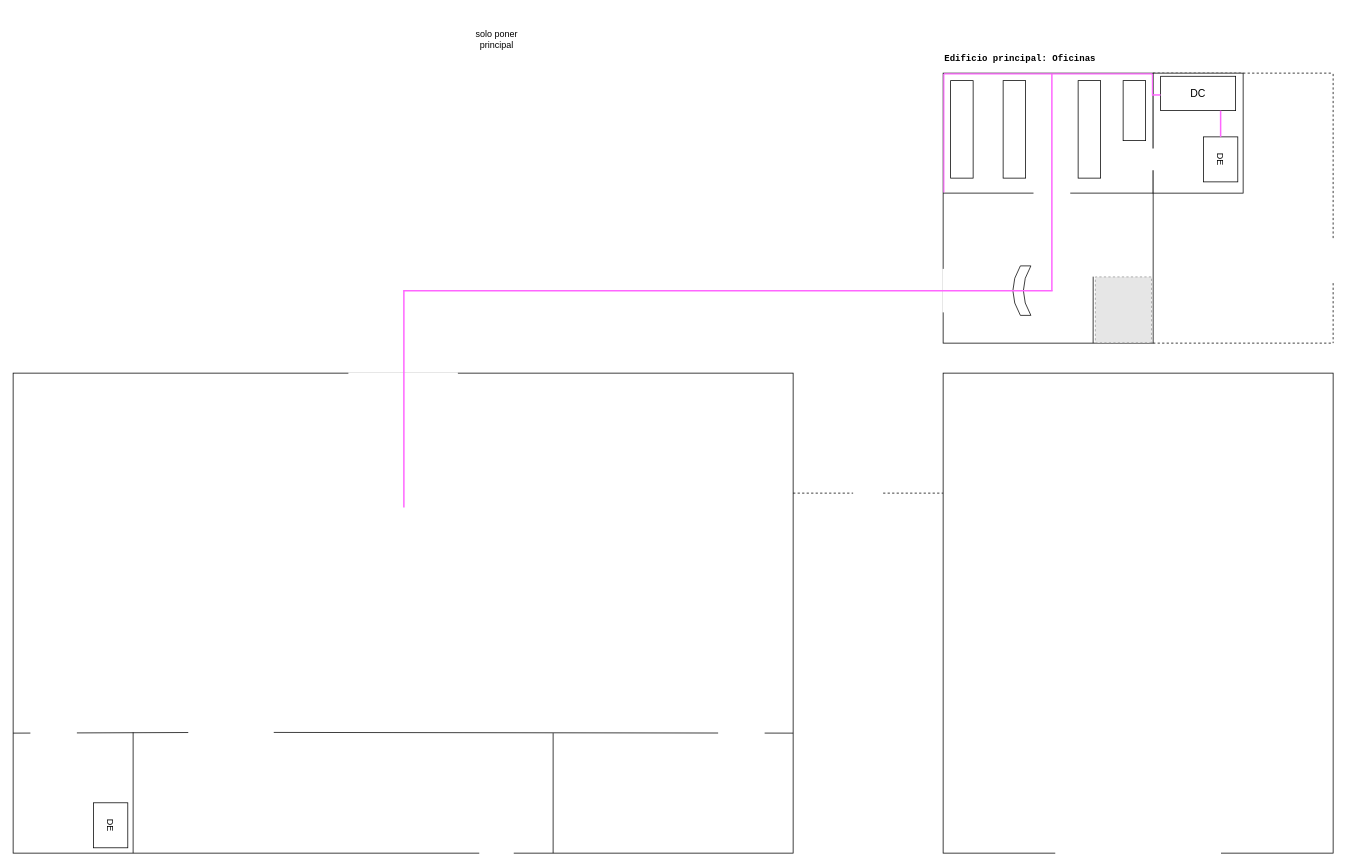
The draw.io diagram SMRL_Plano_General_Campus.drawio in cnrxad/smrl-draw.io, before the edit. Source tidied: cells renumbered, new cells numbered last; positions are measured from the earlier drawing's top-left corner, leaving out a move shared by most shapes. Both pictures are drawn from the tidied source at 75%, with x=0, y=0 at pixel (13, 28). Pictures stored in the file or linked from it are replaced by grey dashed boxes.
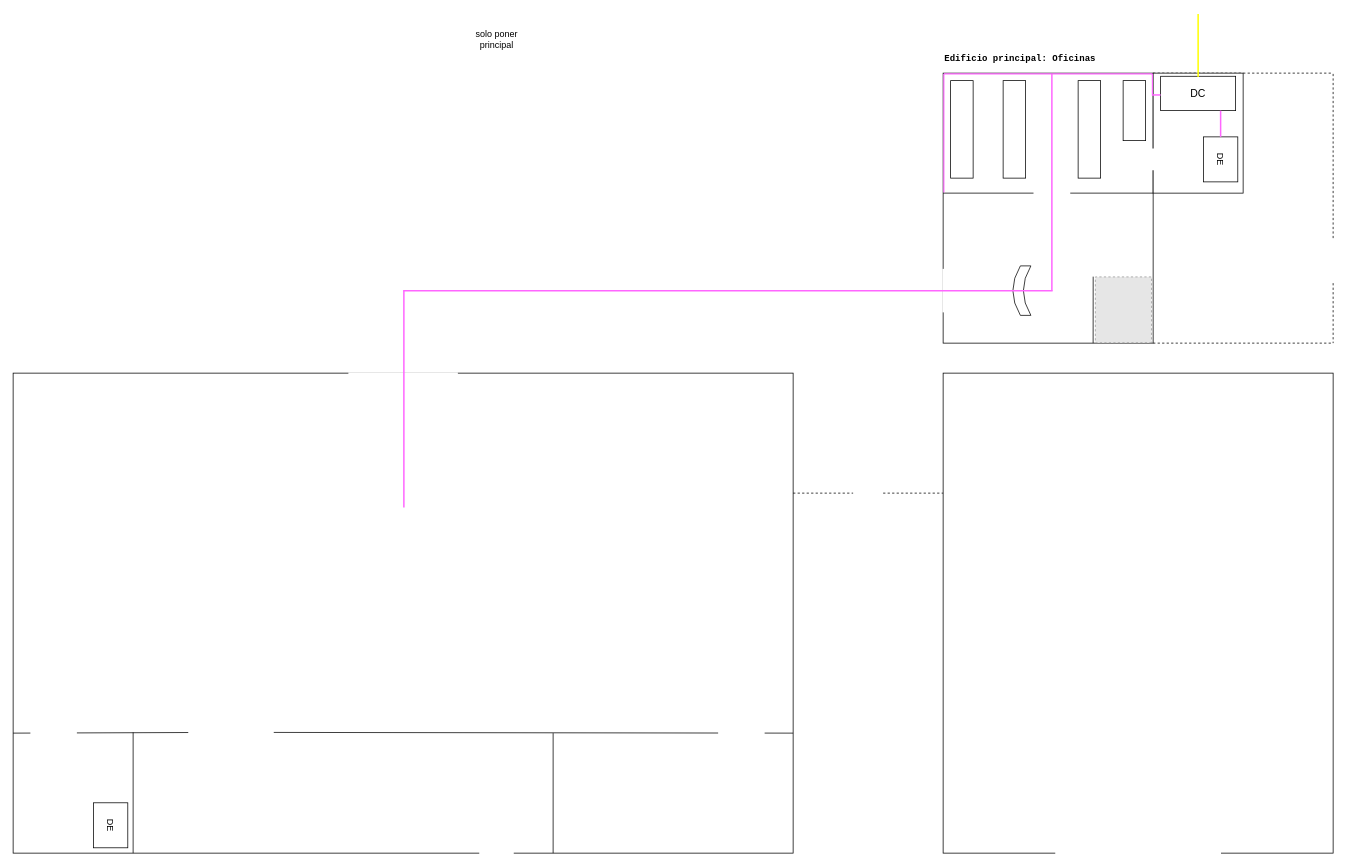
Above is the later version.

The edit, as a diff of the source:
```diff
@@
+    <mxCell id="48" style="endArrow=none;html=1;rounded=0;strokeColor=light-dark(#ffff00, #FF66FF);endSize=6;startSize=6;sourcePerimeterSpacing=0;strokeWidth=2;exitX=0;exitY=0.5;exitDx=0;exitDy=0;" parent="1" edge="1">
+      <mxGeometry relative="1" as="geometry">
+        <mxPoint x="1580" y="65" as="sourcePoint" />
+        <mxPoint x="1580" y="-19" as="targetPoint" />
+      </mxGeometry>
+    </mxCell>
```
